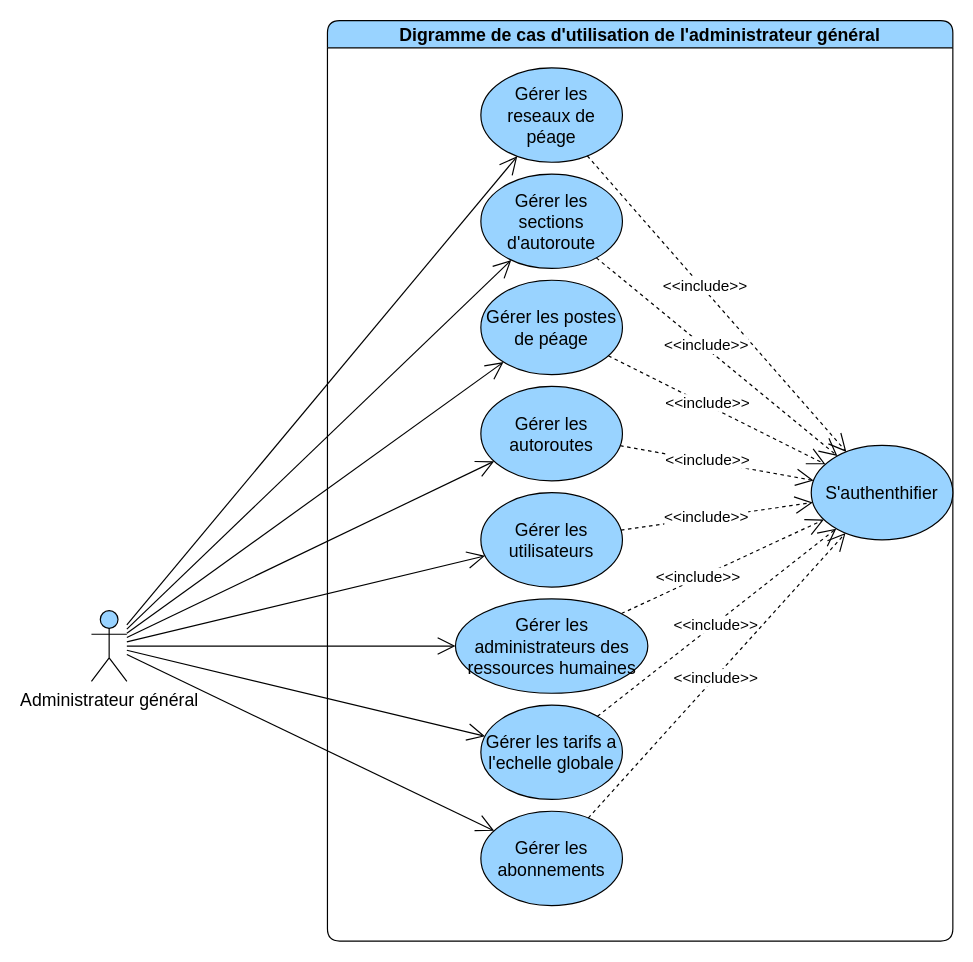
devlotfi/peage-pay keeps this draw.io diagram as page "general" (1 of 9) of diagrams/use-case/administrateur-general.drawio. Above is the earlier version. Source tidied: cells renumbered, new cells numbered last; positions are measured from the earlier drawing's top-left corner, leaving out a move shared by most shapes. Both pictures are drawn from the tidied source at 118%, with x=0, y=0 at pixel (91, 20).
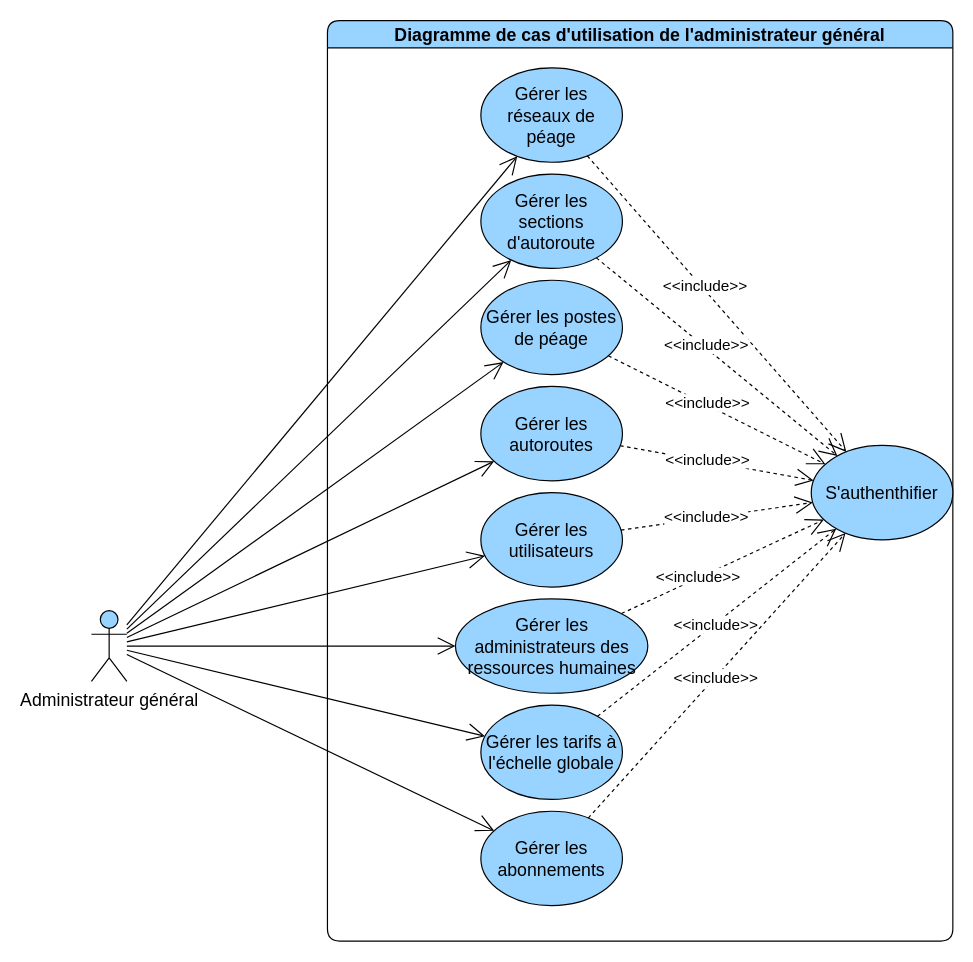
The same diagram, later.

What changed in the source:
```diff
@@
-    <mxCell id="2" value="Digramme de cas d'utilisation de l'administrateur général" style="swimlane;whiteSpace=wrap;html=1;rounded=1;fillColor=#99D3FF;fontSize=15;" parent="1" vertex="1">
+    <mxCell id="2" value="Diagramme de cas d'utilisation de l'administrateur général" style="swimlane;whiteSpace=wrap;html=1;rounded=1;fillColor=#99D3FF;fontSize=15;" parent="1" vertex="1">
       <mxGeometry x="200" width="530" height="780" as="geometry" />
     </mxCell>
@@
-    <mxCell id="12" value="Gérer les tarifs a l'echelle globale" style="ellipse;whiteSpace=wrap;html=1;strokeColor=default;align=center;verticalAlign=middle;fontFamily=Helvetica;fontSize=15;fontColor=default;fillColor=#99D3FF;" parent="2" vertex="1">
+    <mxCell id="12" value="Gérer les tarifs à l'échelle globale" style="ellipse;whiteSpace=wrap;html=1;strokeColor=default;align=center;verticalAlign=middle;fontFamily=Helvetica;fontSize=15;fontColor=default;fillColor=#99D3FF;" parent="2" vertex="1">
       <mxGeometry x="130" y="580" width="120" height="80" as="geometry" />
     </mxCell>
@@
-    <mxCell id="19" value="Gérer les reseaux de péage" style="ellipse;whiteSpace=wrap;html=1;strokeColor=default;align=center;verticalAlign=middle;fontFamily=Helvetica;fontSize=15;fontColor=default;fillColor=#99D3FF;" parent="2" vertex="1">
+    <mxCell id="19" value="Gérer les réseaux de péage" style="ellipse;whiteSpace=wrap;html=1;strokeColor=default;align=center;verticalAlign=middle;fontFamily=Helvetica;fontSize=15;fontColor=default;fillColor=#99D3FF;" parent="2" vertex="1">
       <mxGeometry x="130" y="40" width="120" height="80" as="geometry" />
     </mxCell>
```
